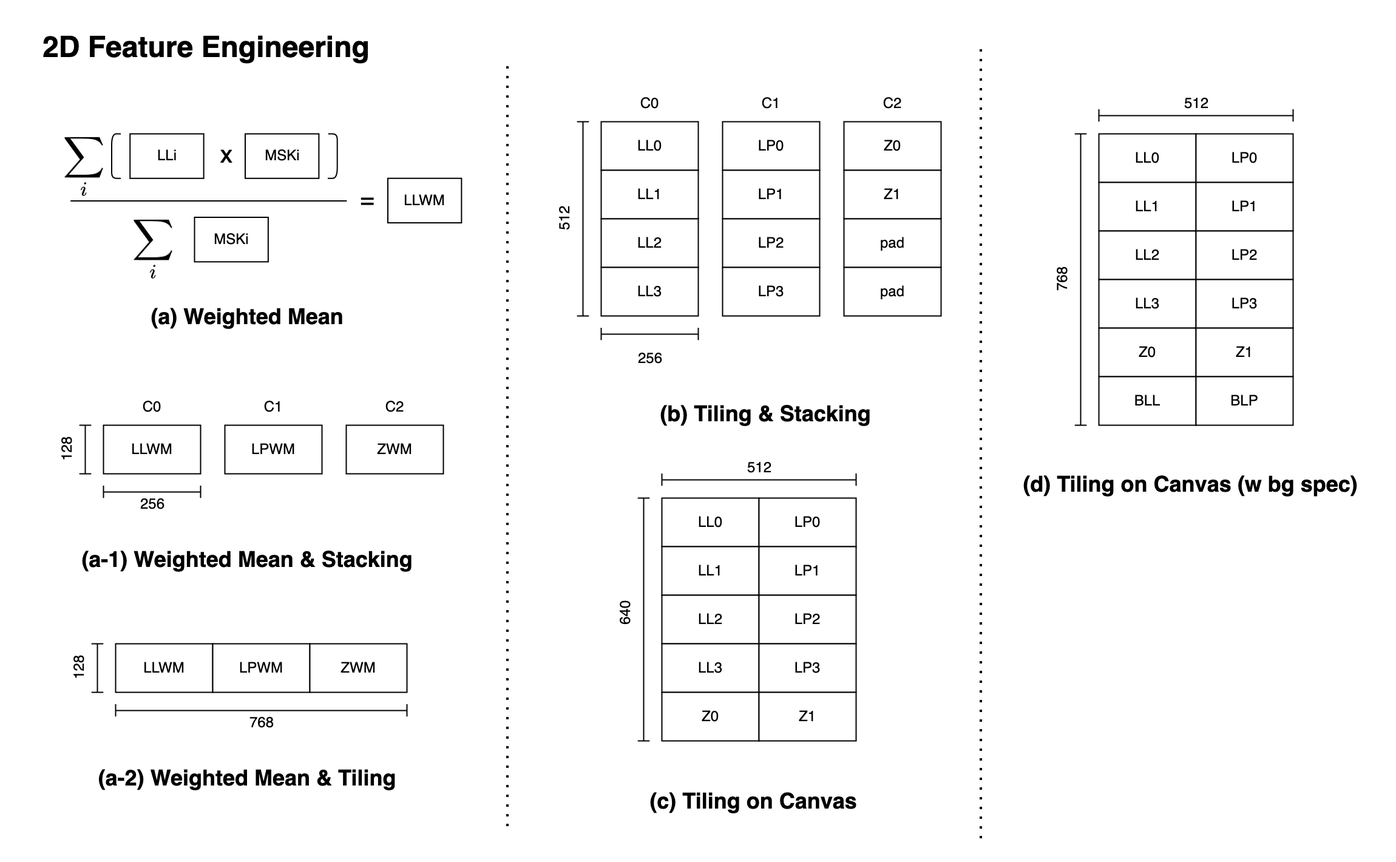
bilzard/kaggle-hms-public keeps this draw.io diagram as note/resource/feature_engineering.png. Above is the earlier version. Source tidied: cells renumbered, new cells last; positions are measured from the earlier drawing's top-left corner, leaving out a move shared by most shapes.
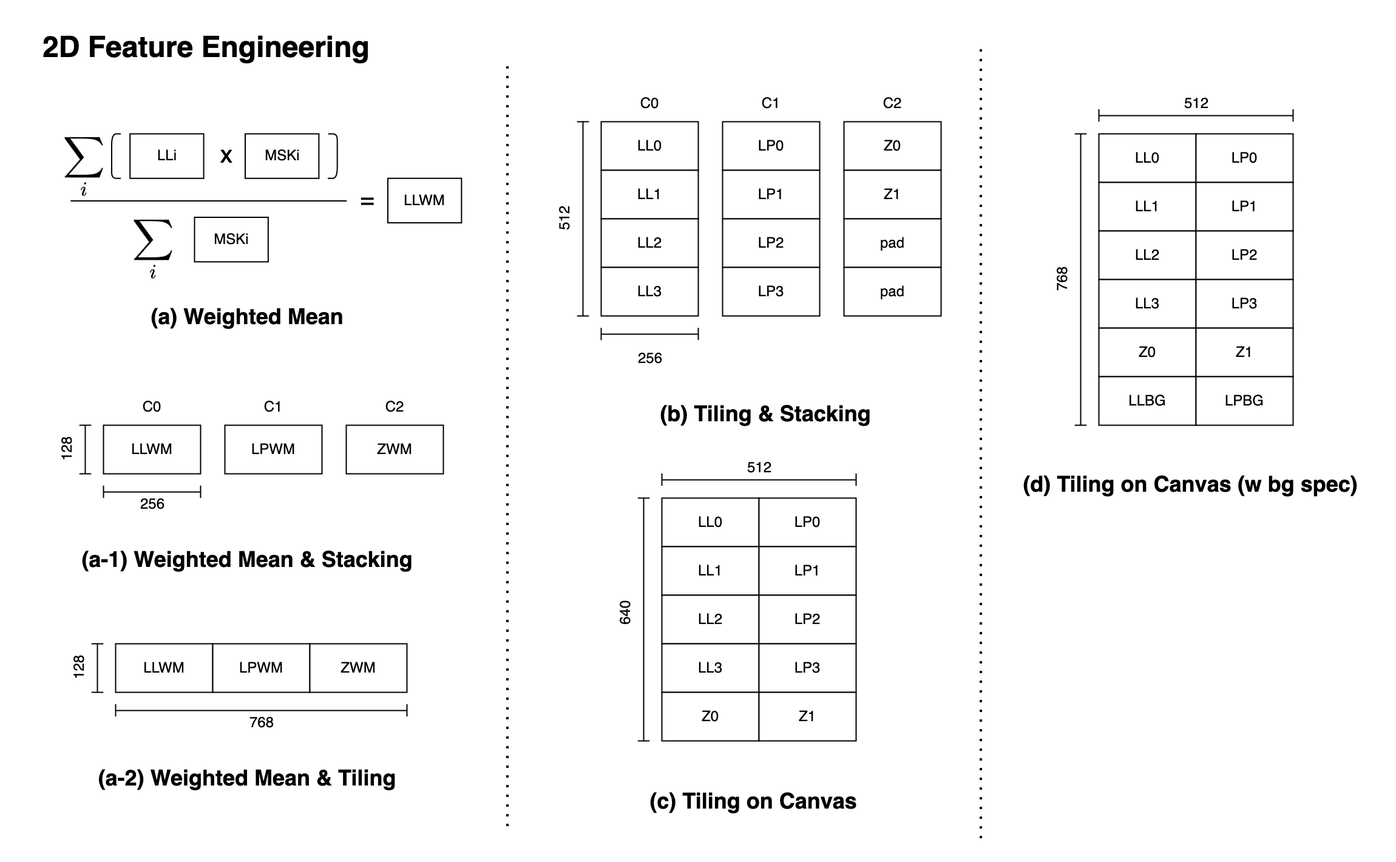
The same file after the commit.

Commit message:
update feature engineering picture

Change to the diagram source:
```diff
@@ -272,10 +272,10 @@
     <mxCell id="88" value="Z1" style="rounded=0;whiteSpace=wrap;html=1;" parent="78" vertex="1">
       <mxGeometry x="125" y="200" width="80" height="40" as="geometry" />
     </mxCell>
-    <mxCell id="89" value="BLL" style="rounded=0;whiteSpace=wrap;html=1;" parent="78" vertex="1">
+    <mxCell id="89" value="LLBG" style="rounded=0;whiteSpace=wrap;html=1;" parent="78" vertex="1">
       <mxGeometry x="45" y="240" width="80" height="40" as="geometry" />
     </mxCell>
-    <mxCell id="90" value="BLP" style="rounded=0;whiteSpace=wrap;html=1;" parent="78" vertex="1">
+    <mxCell id="90" value="LPBG" style="rounded=0;whiteSpace=wrap;html=1;" parent="78" vertex="1">
       <mxGeometry x="125" y="240" width="80" height="40" as="geometry" />
     </mxCell>
     <mxCell id="91" style="shape=crossbar;whiteSpace=wrap;html=1;rounded=1;" parent="78" vertex="1">
```
